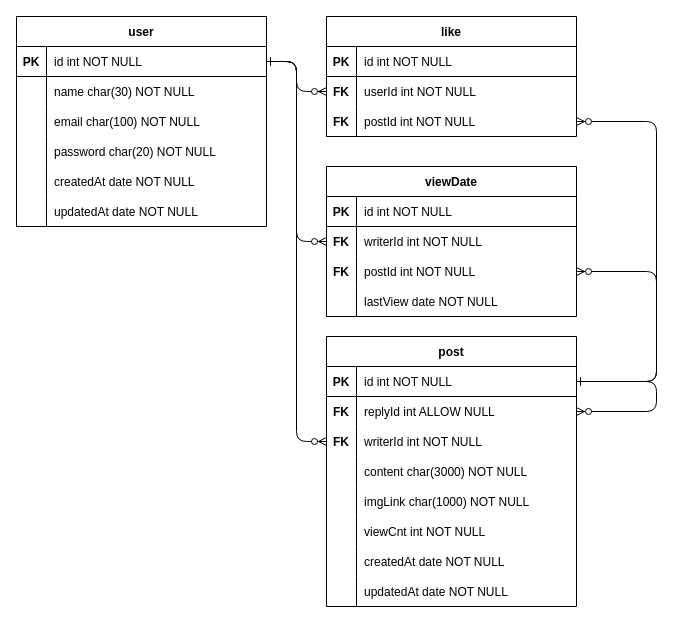
Earlier version of the draw.io diagram erd.drawio (web5-kimgangmoon/cloneCoding4). Source tidied: cells renumbered, new cells numbered last; positions are measured from the earlier drawing's top-left corner, leaving out a move shared by most shapes. Both pictures are drawn from the tidied source at 100%, with x=0, y=0 at pixel (16, 16).
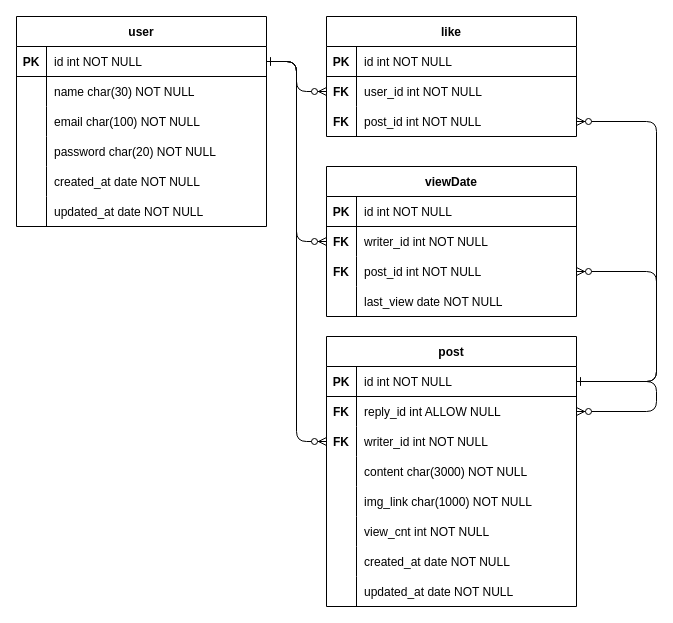
Above is the later version.

The change refers to these unchanged cells:
```xml
<mxCell id="16" style="shape=partialRectangle;fillColor=none;top=0;left=0;right=0;bottom=0;" parent="3" vertex="1">
  <mxGeometry y="150" width="250" height="30" as="geometry" />
</mxCell>
<mxCell id="19" style="shape=partialRectangle;fillColor=none;top=0;left=0;right=0;bottom=0;" parent="3" vertex="1">
  <mxGeometry y="180" width="250" height="30" as="geometry" />
</mxCell>
<mxCell id="26" style="shape=partialRectangle;fillColor=none;points=[[0,0.5],[1,0.5]];portConstraint=eastwest;top=0;left=0;right=0;bottom=0;" parent="22" vertex="1">
  <mxGeometry y="60" width="250" height="30" as="geometry" />
</mxCell>
<mxCell id="29" style="shape=partialRectangle;fillColor=none;points=[[0,0.5],[1,0.5]];portConstraint=eastwest;top=0;left=0;right=0;bottom=0;" parent="22" vertex="1">
  <mxGeometry y="90" width="250" height="30" as="geometry" />
</mxCell>
<mxCell id="36" style="shape=partialRectangle;fillColor=none;points=[[0,0.5],[1,0.5]];portConstraint=eastwest;top=0;left=0;right=0;bottom=0;" parent="32" vertex="1">
  <mxGeometry y="60" width="250" height="30" as="geometry" />
</mxCell>
<mxCell id="39" style="shape=partialRectangle;fillColor=none;points=[[0,0.5],[1,0.5]];portConstraint=eastwest;top=0;left=0;right=0;bottom=0;" parent="32" vertex="1">
  <mxGeometry y="90" width="250" height="30" as="geometry" />
</mxCell>
<mxCell id="45" style="shape=partialRectangle;fillColor=none;top=0;left=0;right=0;bottom=0;" parent="32" vertex="1">
  <mxGeometry y="150" width="250" height="30" as="geometry" />
</mxCell>
<mxCell id="48" style="shape=partialRectangle;fillColor=none;top=0;left=0;right=0;bottom=0;" parent="32" vertex="1">
  <mxGeometry y="180" width="250" height="30" as="geometry" />
</mxCell>
<mxCell id="51" style="shape=partialRectangle;fillColor=none;top=0;left=0;right=0;bottom=0;" parent="32" vertex="1">
  <mxGeometry y="210" width="250" height="30" as="geometry" />
</mxCell>
<mxCell id="54" style="shape=partialRectangle;fillColor=none;top=0;left=0;right=0;bottom=0;" parent="32" vertex="1">
  <mxGeometry y="240" width="250" height="30" as="geometry" />
</mxCell>
<mxCell id="62" style="shape=partialRectangle;fillColor=none;points=[[0,0.5],[1,0.5]];portConstraint=eastwest;top=0;left=0;right=0;bottom=0;" parent="58" vertex="1">
  <mxGeometry y="60" width="250" height="30" as="geometry" />
</mxCell>
<mxCell id="65" style="shape=partialRectangle;fillColor=none;points=[[0,0.5],[1,0.5]];portConstraint=eastwest;top=0;left=0;right=0;bottom=0;" parent="58" vertex="1">
  <mxGeometry y="90" width="250" height="30" as="geometry" />
</mxCell>
<mxCell id="68" style="shape=partialRectangle;fillColor=none;top=0;left=0;right=0;bottom=0;" parent="58" vertex="1">
  <mxGeometry y="120" width="250" height="30" as="geometry" />
</mxCell>
```

What changed in the source:
```diff
@@
-    <mxCell id="18" value="createdAt date NOT NULL" style="shape=partialRectangle;overflow=hidden;fillColor=none;top=0;left=0;bottom=0;right=0;align=left;spacingLeft=6;" parent="16" vertex="1">
+    <mxCell id="18" value="created_at date NOT NULL" style="shape=partialRectangle;overflow=hidden;fillColor=none;top=0;left=0;bottom=0;right=0;align=left;spacingLeft=6;" parent="16" vertex="1">
       <mxGeometry x="30" width="220" height="30" as="geometry" />
     </mxCell>
@@
-    <mxCell id="21" value="updatedAt date NOT NULL" style="shape=partialRectangle;overflow=hidden;fillColor=none;top=0;left=0;bottom=0;right=0;align=left;spacingLeft=6;" parent="19" vertex="1">
+    <mxCell id="21" value="updated_at date NOT NULL" style="shape=partialRectangle;overflow=hidden;fillColor=none;top=0;left=0;bottom=0;right=0;align=left;spacingLeft=6;" parent="19" vertex="1">
       <mxGeometry x="30" width="220" height="30" as="geometry" />
     </mxCell>
@@
-    <mxCell id="28" value="userId int NOT NULL" style="shape=partialRectangle;overflow=hidden;fillColor=none;top=0;left=0;bottom=0;right=0;align=left;spacingLeft=6;" parent="26" vertex="1">
+    <mxCell id="28" value="user_id int NOT NULL" style="shape=partialRectangle;overflow=hidden;fillColor=none;top=0;left=0;bottom=0;right=0;align=left;spacingLeft=6;" parent="26" vertex="1">
       <mxGeometry x="30" width="220" height="30" as="geometry" />
     </mxCell>
@@
-    <mxCell id="31" value="postId int NOT NULL" style="shape=partialRectangle;overflow=hidden;fillColor=none;top=0;left=0;bottom=0;right=0;align=left;spacingLeft=6;" parent="29" vertex="1">
+    <mxCell id="31" value="post_id int NOT NULL" style="shape=partialRectangle;overflow=hidden;fillColor=none;top=0;left=0;bottom=0;right=0;align=left;spacingLeft=6;" parent="29" vertex="1">
       <mxGeometry x="30" width="220" height="30" as="geometry" />
     </mxCell>
@@
-    <mxCell id="38" value="replyId int ALLOW NULL" style="shape=partialRectangle;overflow=hidden;fillColor=none;top=0;left=0;bottom=0;right=0;align=left;spacingLeft=6;" parent="36" vertex="1">
+    <mxCell id="38" value="reply_id int ALLOW NULL" style="shape=partialRectangle;overflow=hidden;fillColor=none;top=0;left=0;bottom=0;right=0;align=left;spacingLeft=6;" parent="36" vertex="1">
       <mxGeometry x="30" width="220" height="30" as="geometry" />
     </mxCell>
@@
-    <mxCell id="41" value="writerId int NOT NULL" style="shape=partialRectangle;overflow=hidden;fillColor=none;top=0;left=0;bottom=0;right=0;align=left;spacingLeft=6;" parent="39" vertex="1">
+    <mxCell id="41" value="writer_id int NOT NULL" style="shape=partialRectangle;overflow=hidden;fillColor=none;top=0;left=0;bottom=0;right=0;align=left;spacingLeft=6;" parent="39" vertex="1">
       <mxGeometry x="30" width="220" height="30" as="geometry" />
     </mxCell>
@@
-    <mxCell id="47" value="imgLink char(1000) NOT NULL" style="shape=partialRectangle;overflow=hidden;fillColor=none;top=0;left=0;bottom=0;right=0;align=left;spacingLeft=6;" parent="45" vertex="1">
+    <mxCell id="47" value="img_link char(1000) NOT NULL" style="shape=partialRectangle;overflow=hidden;fillColor=none;top=0;left=0;bottom=0;right=0;align=left;spacingLeft=6;" parent="45" vertex="1">
       <mxGeometry x="30" width="220" height="30" as="geometry" />
     </mxCell>
@@
-    <mxCell id="50" value="viewCnt int NOT NULL" style="shape=partialRectangle;overflow=hidden;fillColor=none;top=0;left=0;bottom=0;right=0;align=left;spacingLeft=6;" parent="48" vertex="1">
+    <mxCell id="50" value="view_cnt int NOT NULL" style="shape=partialRectangle;overflow=hidden;fillColor=none;top=0;left=0;bottom=0;right=0;align=left;spacingLeft=6;" parent="48" vertex="1">
       <mxGeometry x="30" width="220" height="30" as="geometry" />
     </mxCell>
@@
-    <mxCell id="53" value="createdAt date NOT NULL" style="shape=partialRectangle;overflow=hidden;fillColor=none;top=0;left=0;bottom=0;right=0;align=left;spacingLeft=6;" parent="51" vertex="1">
+    <mxCell id="53" value="created_at date NOT NULL" style="shape=partialRectangle;overflow=hidden;fillColor=none;top=0;left=0;bottom=0;right=0;align=left;spacingLeft=6;" parent="51" vertex="1">
       <mxGeometry x="30" width="220" height="30" as="geometry" />
     </mxCell>
@@
-    <mxCell id="56" value="updatedAt date NOT NULL" style="shape=partialRectangle;overflow=hidden;fillColor=none;top=0;left=0;bottom=0;right=0;align=left;spacingLeft=6;" parent="54" vertex="1">
+    <mxCell id="56" value="updated_at date NOT NULL" style="shape=partialRectangle;overflow=hidden;fillColor=none;top=0;left=0;bottom=0;right=0;align=left;spacingLeft=6;" parent="54" vertex="1">
       <mxGeometry x="30" width="220" height="30" as="geometry" />
     </mxCell>
@@
-    <mxCell id="64" value="writerId int NOT NULL" style="shape=partialRectangle;overflow=hidden;fillColor=none;top=0;left=0;bottom=0;right=0;align=left;spacingLeft=6;" parent="62" vertex="1">
+    <mxCell id="64" value="writer_id int NOT NULL" style="shape=partialRectangle;overflow=hidden;fillColor=none;top=0;left=0;bottom=0;right=0;align=left;spacingLeft=6;" parent="62" vertex="1">
       <mxGeometry x="30" width="220" height="30" as="geometry" />
     </mxCell>
@@
-    <mxCell id="67" value="postId int NOT NULL" style="shape=partialRectangle;overflow=hidden;fillColor=none;top=0;left=0;bottom=0;right=0;align=left;spacingLeft=6;" parent="65" vertex="1">
+    <mxCell id="67" value="post_id int NOT NULL" style="shape=partialRectangle;overflow=hidden;fillColor=none;top=0;left=0;bottom=0;right=0;align=left;spacingLeft=6;" parent="65" vertex="1">
       <mxGeometry x="30" width="220" height="30" as="geometry" />
     </mxCell>
@@
-    <mxCell id="70" value="lastView date NOT NULL" style="shape=partialRectangle;overflow=hidden;fillColor=none;top=0;left=0;bottom=0;right=0;align=left;spacingLeft=6;" parent="68" vertex="1">
+    <mxCell id="70" value="last_view date NOT NULL" style="shape=partialRectangle;overflow=hidden;fillColor=none;top=0;left=0;bottom=0;right=0;align=left;spacingLeft=6;" parent="68" vertex="1">
       <mxGeometry x="30" width="220" height="30" as="geometry" />
     </mxCell>
```
